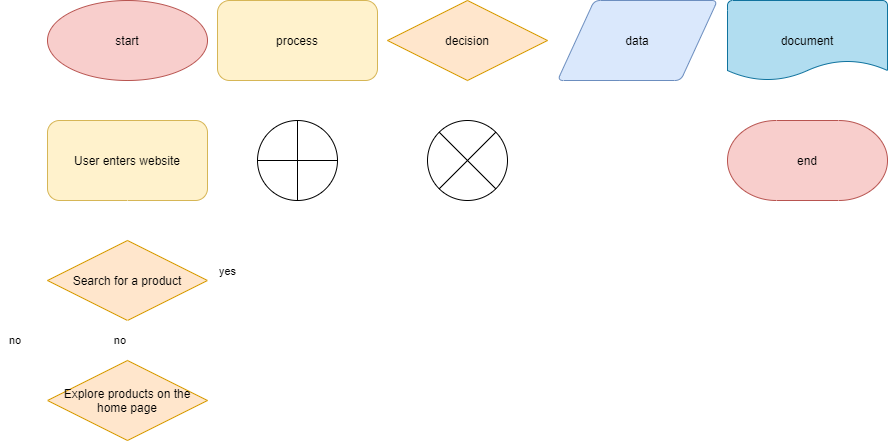
This is explore/diagramming/diagram.drawio.png from StevenSchaeffer/fa21-cse110-lab4, a draw.io export, as it was before one commit. Source tidied: cells renumbered, new cells last; positions are measured from the earlier drawing's top-left corner, leaving out a move shared by most shapes.
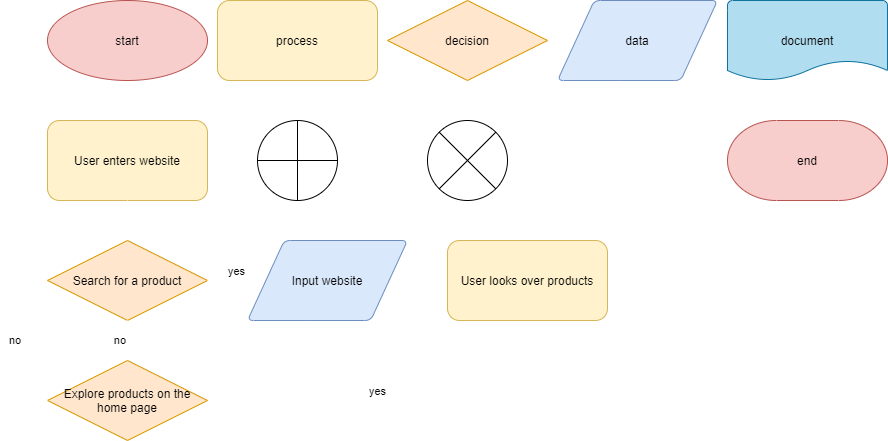
The same file after the commit.

What changed in the source:
```diff
@@ -69,23 +69,18 @@
     <mxCell id="17" style="edgeStyle=orthogonalEdgeStyle;rounded=0;jettySize=auto;html=1;strokeColor=#FFFFFF;entryX=0.5;entryY=0;entryDx=0;entryDy=0;exitX=0.5;exitY=1;exitDx=0;exitDy=0;" parent="1" edge="1" source="15" target="16">
       <mxGeometry relative="1" as="geometry" />
     </mxCell>
-    <mxCell id="18" value="yes" style="edgeStyle=orthogonalEdgeStyle;rounded=0;jettySize=auto;html=1;strokeColor=#FFFFFF;exitX=1;exitY=0.5;exitDx=0;exitDy=0;align=center;verticalAlign=bottom;" parent="1" edge="1" source="16">
-      <mxGeometry relative="1" as="geometry">
-        <mxPoint x="240" y="280" as="targetPoint" />
-        <Array as="points">
-          <mxPoint x="220" y="280" />
-        </Array>
-      </mxGeometry>
+    <mxCell id="18" value="yes" style="edgeStyle=orthogonalEdgeStyle;rounded=0;jettySize=auto;html=1;strokeColor=#FFFFFF;exitX=1;exitY=0.5;exitDx=0;exitDy=0;align=center;verticalAlign=bottom;entryX=0;entryY=0.5;entryDx=0;entryDy=0;" parent="1" edge="1" source="16" target="24">
+      <mxGeometry relative="1" as="geometry" />
     </mxCell>
     <mxCell id="19" value="no" style="edgeStyle=orthogonalEdgeStyle;rounded=0;jettySize=auto;html=1;exitX=0.5;exitY=1;exitDx=0;exitDy=0;strokeColor=#FFFFFF;align=right;entryX=0.5;entryY=0;entryDx=0;entryDy=0;" parent="1" edge="1" source="16" target="21">
       <mxGeometry relative="1" as="geometry" />
     </mxCell>
-    <mxCell id="20" style="edgeStyle=orthogonalEdgeStyle;rounded=0;jettySize=auto;html=1;exitX=1;exitY=0.5;exitDx=0;exitDy=0;strokeColor=#FFFFFF;align=center;verticalAlign=bottom;" parent="1" edge="1" source="21">
+    <mxCell id="20" value="&lt;div&gt;yes&lt;/div&gt;" style="edgeStyle=orthogonalEdgeStyle;rounded=0;jettySize=auto;html=1;exitX=1;exitY=0.5;exitDx=0;exitDy=0;strokeColor=#FFFFFF;align=right;verticalAlign=bottom;" parent="1" edge="1" source="21">
       <mxGeometry relative="1" as="geometry">
-        <mxPoint x="240" y="280" as="targetPoint" />
+        <mxPoint x="440" y="280" as="targetPoint" />
         <Array as="points">
-          <mxPoint x="220" y="400" />
-          <mxPoint x="220" y="280" />
+          <mxPoint x="410" y="400" />
+          <mxPoint x="410" y="280" />
         </Array>
       </mxGeometry>
     </mxCell>
@@ -100,5 +95,14 @@
         </Array>
       </mxGeometry>
     </mxCell>
+    <mxCell id="23" style="edgeStyle=orthogonalEdgeStyle;rounded=0;jettySize=auto;html=1;exitX=1;exitY=0.5;exitDx=0;exitDy=0;strokeColor=#FFFFFF;align=left;verticalAlign=bottom;entryX=0;entryY=0.5;entryDx=0;entryDy=0;" parent="1" edge="1" source="24" target="25">
+      <mxGeometry relative="1" as="geometry" />
+    </mxCell>
+    <mxCell id="24" value="&lt;font color=&quot;#000000&quot;&gt;Input website&lt;br&gt;&lt;/font&gt;" style="shape=parallelogram;html=1;strokeWidth=1;perimeter=parallelogramPerimeter;whiteSpace=wrap;rounded=1;arcSize=12;size=0.23;fillColor=#dae8fc;strokeColor=#6c8ebf;" parent="1" vertex="1">
+      <mxGeometry x="240" y="240" width="160" height="80" as="geometry" />
+    </mxCell>
+    <mxCell id="25" value="&lt;font color=&quot;#000000&quot;&gt;User looks over products&lt;/font&gt;" style="rounded=1;whiteSpace=wrap;html=1;fillColor=#fff2cc;strokeColor=#d6b656;direction=east;" parent="1" vertex="1">
+      <mxGeometry x="440" y="240" width="160" height="80" as="geometry" />
+    </mxCell>
   </root>
 </mxGraphModel>
```
